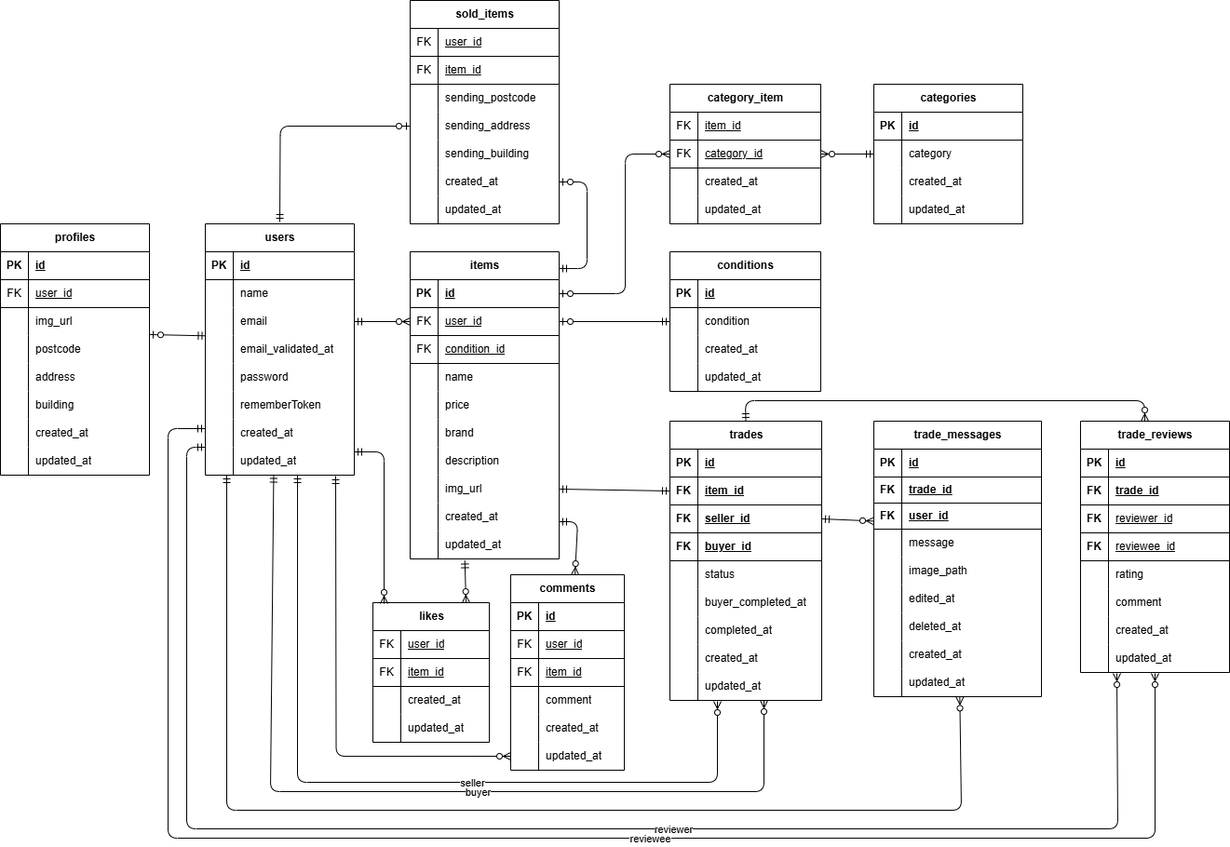
Above: docs/er.png in bunta27/free-market-app (draw.io), before the change. Source tidied: cells renumbered, new cells last; positions are measured from the earlier drawing's top-left corner, leaving out a move shared by most shapes.
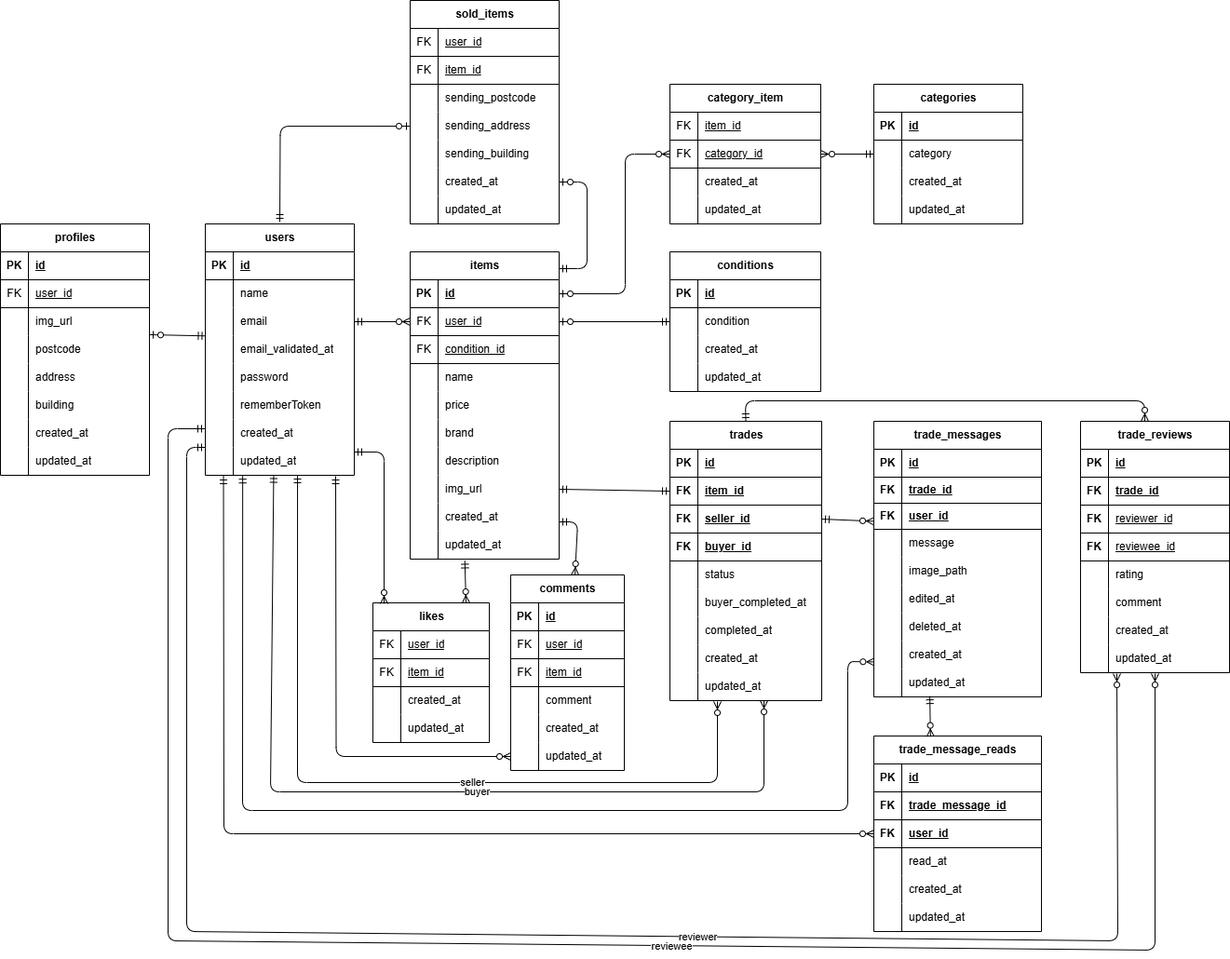
After the change.

The edit, as a diff of the source:
```diff
@@ -863,8 +863,8 @@
         <mxPoint x="1199" y="723" as="targetPoint" />
         <Array as="points">
           <mxPoint x="200" y="480" />
-          <mxPoint x="200" y="890" />
-          <mxPoint x="1200" y="890" />
+          <mxPoint x="200" y="1000" />
+          <mxPoint x="1200" y="1010" />
         </Array>
       </mxGeometry>
     </mxCell>
@@ -877,20 +877,20 @@
         <mxPoint x="1240" y="723" as="targetPoint" />
         <Array as="points">
           <mxPoint x="180" y="460" />
-          <mxPoint x="180" y="900" />
-          <mxPoint x="1240" y="900" />
+          <mxPoint x="180" y="1010" />
+          <mxPoint x="1240" y="1020" />
         </Array>
       </mxGeometry>
     </mxCell>
     <mxCell id="277" value="reviewee" style="edgeLabel;html=1;align=center;verticalAlign=middle;" parent="276" vertex="1">
       <mxGeometry x="0.16" relative="1" as="geometry" />
     </mxCell>
-    <mxCell id="278" style="fontSize=12;html=1;endArrow=ERzeroToMany;startArrow=ERmandOne;endFill=0;entryX=0.513;entryY=1.013;entryDx=0;entryDy=0;entryPerimeter=0;" parent="1" edge="1" target="240">
+    <mxCell id="278" style="fontSize=12;html=1;endArrow=ERzeroToMany;startArrow=ERmandOne;endFill=0;entryX=0.002;entryY=0.748;entryDx=0;entryDy=0;entryPerimeter=0;exitX=0.251;exitY=1.006;exitDx=0;exitDy=0;exitPerimeter=0;" parent="1" edge="1" source="24" target="237">
       <mxGeometry relative="1" as="geometry">
-        <mxPoint x="243" y="510" as="sourcePoint" />
         <Array as="points">
-          <mxPoint x="243" y="870" />
-          <mxPoint x="1032" y="870" />
+          <mxPoint x="260" y="870" />
+          <mxPoint x="910" y="870" />
+          <mxPoint x="910" y="710" />
         </Array>
       </mxGeometry>
     </mxCell>
@@ -903,5 +903,72 @@
         </Array>
       </mxGeometry>
     </mxCell>
+    <mxCell id="280" value="trade_message_reads" style="shape=table;startSize=30;rowLines=0;fontStyle=1;align=center;html=1;" parent="1" vertex="1">
+      <mxGeometry x="938" y="790" width="180" height="210" as="geometry" />
+    </mxCell>
+    <mxCell id="281" style="shape=tableRow;horizontal=0;startSize=0;swimlaneHead=0;swimlaneBody=0;fillColor=none;top=0;left=0;right=0;bottom=1;" parent="280" vertex="1">
+      <mxGeometry y="30" width="180" height="30" as="geometry" />
+    </mxCell>
+    <mxCell id="282" value="PK" style="shape=partialRectangle;fillColor=none;top=0;left=0;bottom=0;right=0;fontStyle=1;overflow=hidden;whiteSpace=wrap;html=1;" parent="281" vertex="1">
+      <mxGeometry width="30" height="30" as="geometry" />
+    </mxCell>
+    <mxCell id="283" value="id" style="shape=partialRectangle;fillColor=none;top=0;left=0;bottom=0;right=0;align=left;spacingLeft=6;fontStyle=5;overflow=hidden;whiteSpace=wrap;html=1;" parent="281" vertex="1">
+      <mxGeometry x="30" width="150" height="30" as="geometry" />
+    </mxCell>
+    <mxCell id="284" style="shape=tableRow;horizontal=0;startSize=0;swimlaneHead=0;swimlaneBody=0;fillColor=none;top=0;left=0;right=0;bottom=1;" parent="280" vertex="1">
+      <mxGeometry y="60" width="180" height="30" as="geometry" />
+    </mxCell>
+    <mxCell id="285" value="FK" style="shape=partialRectangle;fillColor=none;top=0;left=0;bottom=0;right=0;fontStyle=1;overflow=hidden;whiteSpace=wrap;html=1;" parent="284" vertex="1">
+      <mxGeometry width="30" height="30" as="geometry" />
+    </mxCell>
+    <mxCell id="286" value="trade_message_id" style="shape=partialRectangle;fillColor=none;top=0;left=0;bottom=0;right=0;align=left;spacingLeft=6;fontStyle=5;overflow=hidden;whiteSpace=wrap;html=1;" parent="284" vertex="1">
+      <mxGeometry x="30" width="150" height="30" as="geometry" />
+    </mxCell>
+    <mxCell id="287" style="shape=tableRow;horizontal=0;startSize=0;swimlaneHead=0;swimlaneBody=0;fillColor=none;top=0;left=0;right=0;bottom=1;" parent="280" vertex="1">
+      <mxGeometry y="90" width="180" height="30" as="geometry" />
+    </mxCell>
+    <mxCell id="288" value="FK" style="shape=partialRectangle;fillColor=none;top=0;left=0;bottom=0;right=0;fontStyle=1;overflow=hidden;whiteSpace=wrap;html=1;" parent="287" vertex="1">
+      <mxGeometry width="30" height="30" as="geometry" />
+    </mxCell>
+    <mxCell id="289" value="user_id" style="shape=partialRectangle;fillColor=none;top=0;left=0;bottom=0;right=0;align=left;spacingLeft=6;fontStyle=5;overflow=hidden;whiteSpace=wrap;html=1;" parent="287" vertex="1">
+      <mxGeometry x="30" width="150" height="30" as="geometry" />
+    </mxCell>
+    <mxCell id="290" style="shape=tableRow;horizontal=0;startSize=0;swimlaneHead=0;swimlaneBody=0;fillColor=none;top=0;left=0;right=0;bottom=0;" parent="280" vertex="1">
+      <mxGeometry y="120" width="180" height="30" as="geometry" />
+    </mxCell>
+    <mxCell id="291" style="shape=partialRectangle;fillColor=none;top=0;left=0;bottom=0;right=0;overflow=hidden;whiteSpace=wrap;html=1;" parent="290" vertex="1">
+      <mxGeometry width="30" height="30" as="geometry" />
+    </mxCell>
+    <mxCell id="292" value="read_at" style="shape=partialRectangle;fillColor=none;top=0;left=0;bottom=0;right=0;align=left;spacingLeft=6;overflow=hidden;whiteSpace=wrap;html=1;" parent="290" vertex="1">
+      <mxGeometry x="30" width="150" height="30" as="geometry" />
+    </mxCell>
+    <mxCell id="293" style="shape=tableRow;horizontal=0;startSize=0;swimlaneHead=0;swimlaneBody=0;fillColor=none;top=0;left=0;right=0;bottom=0;" parent="280" vertex="1">
+      <mxGeometry y="150" width="180" height="30" as="geometry" />
+    </mxCell>
+    <mxCell id="294" style="shape=partialRectangle;fillColor=none;top=0;left=0;bottom=0;right=0;overflow=hidden;whiteSpace=wrap;html=1;" parent="293" vertex="1">
+      <mxGeometry width="30" height="30" as="geometry" />
+    </mxCell>
+    <mxCell id="295" value="created_at" style="shape=partialRectangle;fillColor=none;top=0;left=0;bottom=0;right=0;align=left;spacingLeft=6;overflow=hidden;whiteSpace=wrap;html=1;" parent="293" vertex="1">
+      <mxGeometry x="30" width="150" height="30" as="geometry" />
+    </mxCell>
+    <mxCell id="296" style="shape=tableRow;horizontal=0;startSize=0;swimlaneHead=0;swimlaneBody=0;fillColor=none;top=0;left=0;right=0;bottom=0;" parent="280" vertex="1">
+      <mxGeometry y="180" width="180" height="30" as="geometry" />
+    </mxCell>
+    <mxCell id="297" style="shape=partialRectangle;fillColor=none;top=0;left=0;bottom=0;right=0;overflow=hidden;whiteSpace=wrap;html=1;" parent="296" vertex="1">
+      <mxGeometry width="30" height="30" as="geometry" />
+    </mxCell>
+    <mxCell id="298" value="updated_at" style="shape=partialRectangle;fillColor=none;top=0;left=0;bottom=0;right=0;align=left;spacingLeft=6;overflow=hidden;whiteSpace=wrap;html=1;" parent="296" vertex="1">
+      <mxGeometry x="30" width="150" height="30" as="geometry" />
+    </mxCell>
+    <mxCell id="299" style="fontSize=12;html=1;endArrow=ERzeroToMany;startArrow=ERmandOne;endFill=0;entryX=0;entryY=0.5;entryDx=0;entryDy=0;exitX=0.122;exitY=1.032;exitDx=0;exitDy=0;exitPerimeter=0;" parent="1" edge="1" source="24" target="280">
+      <mxGeometry relative="1" as="geometry">
+        <Array as="points">
+          <mxPoint x="240" y="895" />
+        </Array>
+      </mxGeometry>
+    </mxCell>
+    <mxCell id="300" style="fontSize=12;html=1;endArrow=ERzeroToMany;startArrow=ERmandOne;entryX=0.338;entryY=0.003;entryDx=0;entryDy=0;entryPerimeter=0;exitX=0.334;exitY=0.971;exitDx=0;exitDy=0;exitPerimeter=0;" parent="1" edge="1" source="240" target="280">
+      <mxGeometry relative="1" as="geometry" />
+    </mxCell>
   </root>
 </mxGraphModel>
```
